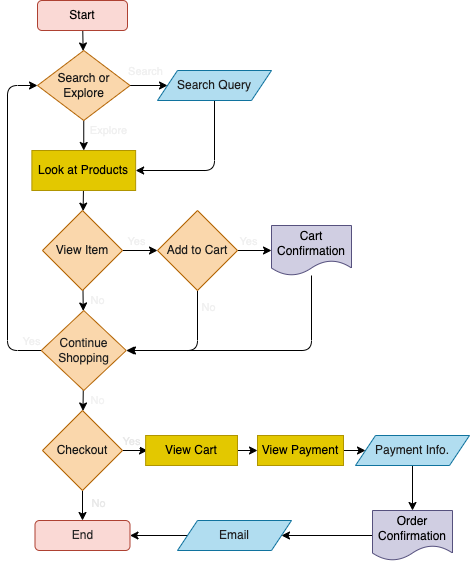
This is explore/diagramming/diagram.drawio.png from Anishkulkarni9001/fa22-cse110-lab4, a draw.io export, as it was before one commit. Source tidied: cells renumbered, new cells last; positions are measured from the earlier drawing's top-left corner, leaving out a move shared by most shapes.
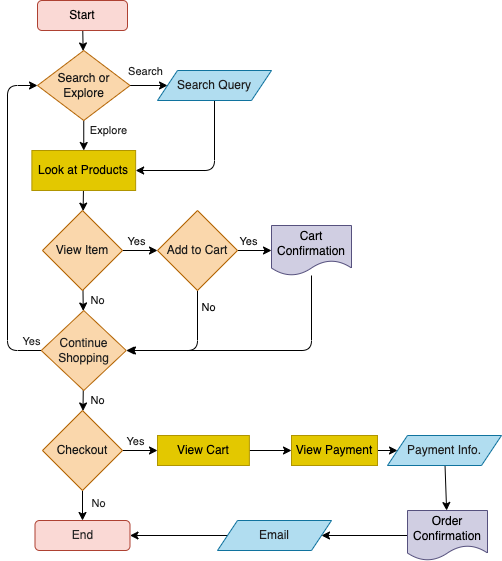
After the commit.

Change to the diagram source:
```diff
@@ -11,7 +11,7 @@
     <mxCell id="4" style="edgeStyle=none;html=1;fontColor=#F0F0F0;" parent="1" edge="1" source="8" target="10">
       <mxGeometry relative="1" as="geometry" />
     </mxCell>
-    <mxCell id="5" value="Search" style="edgeLabel;html=1;align=center;verticalAlign=middle;fontColor=#F0F0F0;" parent="4" vertex="1">
+    <mxCell id="5" value="Search" style="edgeLabel;html=1;align=center;verticalAlign=middle;fontColor=#1C1C1C;" parent="4" vertex="1">
       <mxGeometry x="-0.23" relative="1" as="geometry">
         <mxPoint x="1" y="-15" as="offset" />
       </mxGeometry>
@@ -19,7 +19,7 @@
     <mxCell id="6" style="edgeStyle=none;html=1;fontColor=#F0F0F0;" parent="1" edge="1" source="8" target="12">
       <mxGeometry relative="1" as="geometry" />
     </mxCell>
-    <mxCell id="7" value="Explore" style="edgeLabel;html=1;align=center;verticalAlign=middle;fontColor=#F0F0F0;" parent="6" vertex="1">
+    <mxCell id="7" value="Explore" style="edgeLabel;html=1;align=center;verticalAlign=middle;fontColor=#191919;" parent="6" vertex="1">
       <mxGeometry x="-0.1" y="-1" relative="1" as="geometry">
         <mxPoint x="25" y="-4" as="offset" />
       </mxGeometry>
@@ -46,7 +46,7 @@
     <mxCell id="13" style="edgeStyle=none;html=1;fontColor=#1C1C1C;" parent="1" edge="1" source="17" target="22">
       <mxGeometry relative="1" as="geometry" />
     </mxCell>
-    <mxCell id="14" value="Yes" style="edgeLabel;html=1;align=center;verticalAlign=middle;fontColor=#F0F0F0;" parent="13" vertex="1">
+    <mxCell id="14" value="Yes" style="edgeLabel;html=1;align=center;verticalAlign=middle;fontColor=#171717;" parent="13" vertex="1">
       <mxGeometry x="-0.14" y="3" relative="1" as="geometry">
         <mxPoint x="-2" y="-7" as="offset" />
       </mxGeometry>
@@ -54,7 +54,7 @@
     <mxCell id="15" style="edgeStyle=none;html=1;fontColor=#1C1C1C;" parent="1" edge="1" source="17" target="27">
       <mxGeometry relative="1" as="geometry" />
     </mxCell>
-    <mxCell id="16" value="&lt;font color=&quot;#f0f0f0&quot;&gt;No&lt;/font&gt;" style="edgeLabel;html=1;align=center;verticalAlign=middle;fontColor=#1C1C1C;" parent="15" vertex="1">
+    <mxCell id="16" value="&lt;font&gt;No&lt;/font&gt;" style="edgeLabel;html=1;align=center;verticalAlign=middle;fontColor=#1C1C1C;" parent="15" vertex="1">
       <mxGeometry x="-0.05" relative="1" as="geometry">
         <mxPoint x="14" as="offset" />
       </mxGeometry>
@@ -65,7 +65,7 @@
     <mxCell id="18" style="edgeStyle=none;html=1;fontColor=#000000;" parent="1" edge="1" source="22" target="29">
       <mxGeometry relative="1" as="geometry" />
     </mxCell>
-    <mxCell id="19" value="&lt;font color=&quot;#f0f0f0&quot;&gt;Yes&lt;/font&gt;" style="edgeLabel;html=1;align=center;verticalAlign=middle;fontColor=#000000;" parent="18" vertex="1">
+    <mxCell id="19" value="&lt;font&gt;Yes&lt;/font&gt;" style="edgeLabel;html=1;align=center;verticalAlign=middle;fontColor=#141414;" parent="18" vertex="1">
       <mxGeometry x="-0.06" y="-2" relative="1" as="geometry">
         <mxPoint x="-6" y="-12" as="offset" />
       </mxGeometry>
@@ -78,7 +78,7 @@
         </Array>
       </mxGeometry>
     </mxCell>
-    <mxCell id="21" value="No" style="edgeLabel;html=1;align=center;verticalAlign=middle;fontColor=#F0F0F0;" parent="20" vertex="1">
+    <mxCell id="21" value="No" style="edgeLabel;html=1;align=center;verticalAlign=middle;fontColor=#0F0F0F;" parent="20" vertex="1">
       <mxGeometry x="-0.76" y="-2" relative="1" as="geometry">
         <mxPoint x="12" as="offset" />
       </mxGeometry>
@@ -94,7 +94,7 @@
         </Array>
       </mxGeometry>
     </mxCell>
-    <mxCell id="24" value="&lt;font color=&quot;#f0f0f0&quot;&gt;Yes&lt;/font&gt;" style="edgeLabel;html=1;align=center;verticalAlign=middle;fontColor=#1F1F1F;" parent="23" vertex="1">
+    <mxCell id="24" value="&lt;font&gt;Yes&lt;/font&gt;" style="edgeLabel;html=1;align=center;verticalAlign=middle;fontColor=#212121;" parent="23" vertex="1">
       <mxGeometry x="-0.91" y="-1" relative="1" as="geometry">
         <mxPoint x="4" y="-9" as="offset" />
       </mxGeometry>
@@ -102,7 +102,7 @@
     <mxCell id="25" style="edgeStyle=none;html=1;fontColor=#171717;" parent="1" edge="1" source="27" target="34">
       <mxGeometry relative="1" as="geometry" />
     </mxCell>
-    <mxCell id="26" value="&lt;font color=&quot;#f2f2f2&quot;&gt;No&lt;/font&gt;" style="edgeLabel;html=1;align=center;verticalAlign=middle;fontColor=#171717;" parent="25" vertex="1">
+    <mxCell id="26" value="&lt;font&gt;No&lt;/font&gt;" style="edgeLabel;html=1;align=center;verticalAlign=middle;fontColor=#171717;" parent="25" vertex="1">
       <mxGeometry x="-0.05" y="-3" relative="1" as="geometry">
         <mxPoint x="17" as="offset" />
       </mxGeometry>
@@ -123,17 +123,15 @@
     <mxCell id="30" style="edgeStyle=none;html=1;fontColor=#242424;" parent="1" edge="1" source="34" target="35">
       <mxGeometry relative="1" as="geometry" />
     </mxCell>
-    <mxCell id="31" value="&lt;font color=&quot;#e8e8e8&quot;&gt;No&lt;/font&gt;" style="edgeLabel;html=1;align=center;verticalAlign=middle;fontColor=#242424;" parent="30" vertex="1">
+    <mxCell id="31" value="&lt;font&gt;No&lt;/font&gt;" style="edgeLabel;html=1;align=center;verticalAlign=middle;fontColor=#242424;" parent="30" vertex="1">
       <mxGeometry x="-0.55" relative="1" as="geometry">
         <mxPoint x="15" y="5" as="offset" />
       </mxGeometry>
     </mxCell>
-    <mxCell id="32" style="edgeStyle=none;html=1;fontColor=#E8E8E8;" parent="1" edge="1" source="34">
-      <mxGeometry relative="1" as="geometry">
-        <mxPoint x="140" y="450" as="targetPoint" />
-      </mxGeometry>
+    <mxCell id="32" style="edgeStyle=none;html=1;fontColor=#E8E8E8;entryX=0;entryY=0.5;entryDx=0;entryDy=0;entryPerimeter=0;" parent="1" edge="1" source="34" target="37">
+      <mxGeometry relative="1" as="geometry" />
     </mxCell>
-    <mxCell id="33" value="Yes" style="edgeLabel;html=1;align=center;verticalAlign=middle;fontColor=#E8E8E8;" parent="32" vertex="1">
+    <mxCell id="33" value="Yes" style="edgeLabel;html=1;align=center;verticalAlign=middle;fontColor=#1C1C1C;" parent="32" vertex="1">
       <mxGeometry x="-0.28" relative="1" as="geometry">
         <mxPoint x="-1" y="-10" as="offset" />
       </mxGeometry>
@@ -148,31 +146,31 @@
       <mxGeometry relative="1" as="geometry" />
     </mxCell>
     <mxCell id="37" value="View Cart" style="rounded=0;whiteSpace=wrap;html=1;fontColor=#000000;fillColor=#e3c800;strokeColor=#B09500;" parent="1" vertex="1">
-      <mxGeometry x="138.1" y="435" width="91.9" height="30" as="geometry" />
+      <mxGeometry x="150" y="435" width="91.9" height="30" as="geometry" />
     </mxCell>
     <mxCell id="38" style="edgeStyle=none;html=1;fontColor=#E8E8E8;" parent="1" edge="1" source="39" target="41">
       <mxGeometry relative="1" as="geometry" />
     </mxCell>
     <mxCell id="39" value="View Payment" style="rounded=0;whiteSpace=wrap;html=1;fontColor=#000000;fillColor=#e3c800;strokeColor=#B09500;" parent="1" vertex="1">
-      <mxGeometry x="250" y="435" width="86" height="30" as="geometry" />
+      <mxGeometry x="284" y="435" width="86" height="30" as="geometry" />
     </mxCell>
     <mxCell id="40" style="edgeStyle=none;html=1;fontColor=#E8E8E8;" parent="1" edge="1" source="41" target="43">
       <mxGeometry relative="1" as="geometry" />
     </mxCell>
     <mxCell id="41" value="&lt;font color=&quot;#1f1f1f&quot;&gt;Payment Info.&lt;/font&gt;" style="shape=parallelogram;perimeter=parallelogramPerimeter;whiteSpace=wrap;html=1;fixedSize=1;fillColor=#b1ddf0;strokeColor=#10739e;" parent="1" vertex="1">
-      <mxGeometry x="348" y="435" width="114" height="30" as="geometry" />
+      <mxGeometry x="380" y="435" width="114" height="30" as="geometry" />
     </mxCell>
     <mxCell id="42" style="edgeStyle=none;html=1;fontColor=#E8E8E8;" parent="1" edge="1" source="43" target="45">
       <mxGeometry relative="1" as="geometry" />
     </mxCell>
     <mxCell id="43" value="&lt;font color=&quot;#000000&quot;&gt;Order Confirmation&lt;/font&gt;" style="shape=document;whiteSpace=wrap;html=1;boundedLbl=1;fillColor=#d0cee2;strokeColor=#56517e;" parent="1" vertex="1">
-      <mxGeometry x="365" y="510" width="80" height="50" as="geometry" />
+      <mxGeometry x="400" y="510" width="80" height="50" as="geometry" />
     </mxCell>
     <mxCell id="44" style="edgeStyle=none;html=1;fontColor=#E8E8E8;" parent="1" edge="1" source="45" target="35">
       <mxGeometry relative="1" as="geometry" />
     </mxCell>
     <mxCell id="45" value="&lt;font color=&quot;#1f1f1f&quot;&gt;Email&lt;/font&gt;" style="shape=parallelogram;perimeter=parallelogramPerimeter;whiteSpace=wrap;html=1;fixedSize=1;fillColor=#b1ddf0;strokeColor=#10739e;" parent="1" vertex="1">
-      <mxGeometry x="170" y="520" width="114" height="30" as="geometry" />
+      <mxGeometry x="210" y="520" width="114" height="30" as="geometry" />
     </mxCell>
   </root>
 </mxGraphModel>
```
